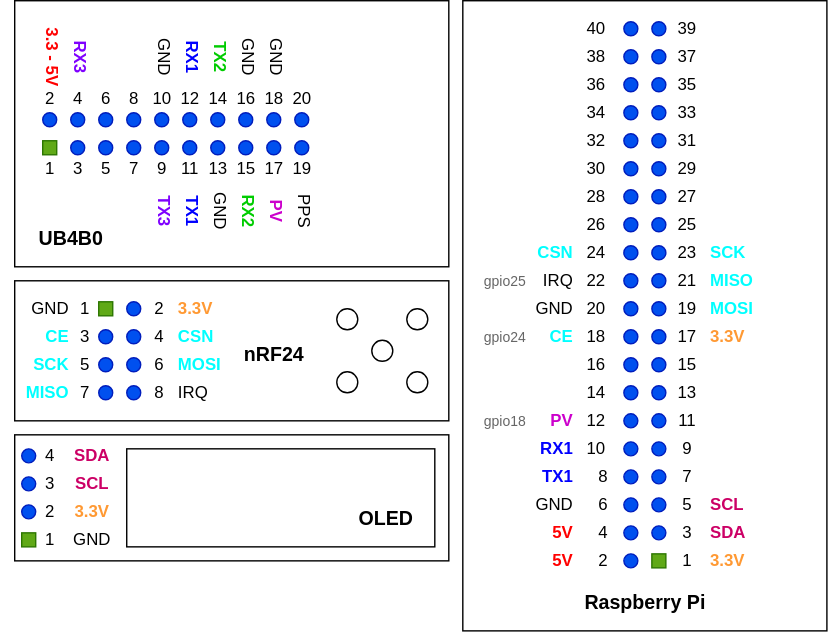
The draw.io diagram docs/base/base-wiring.drawio.svg in mfkiwl/lidar-mapping-poc, before a commit. Source tidied: cells renumbered, new cells last; positions are measured from the earlier drawing's top-left corner, leaving out a move shared by most shapes.
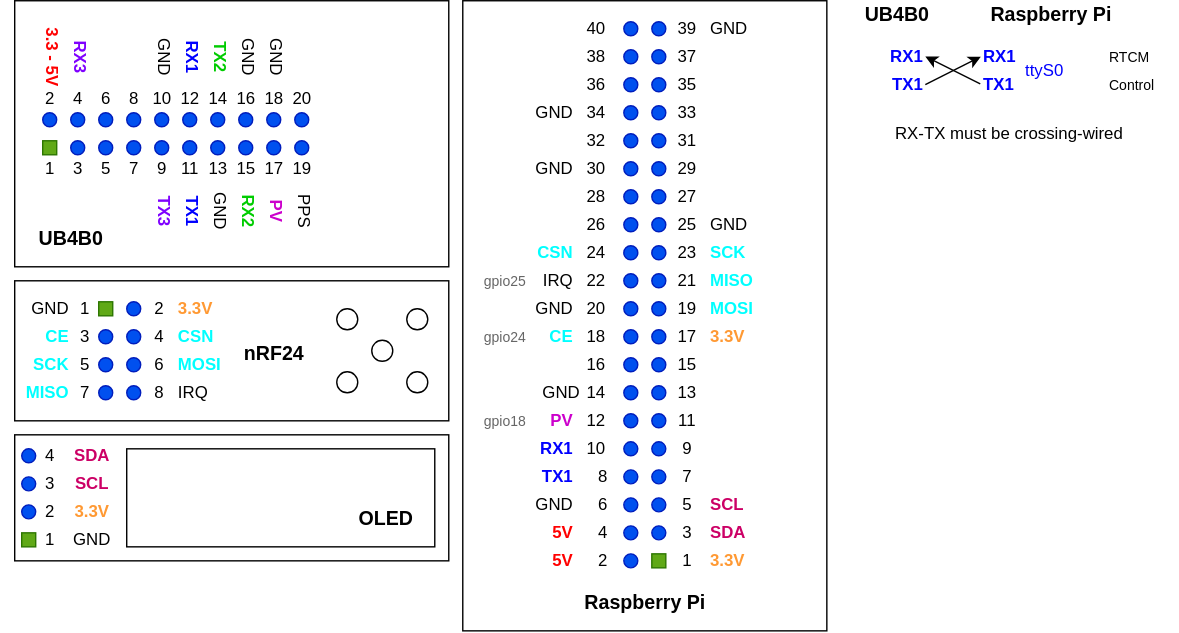
After the commit.

Diff of the diagram source:
```diff
@@ -617,5 +617,56 @@
     <mxCell id="206" value="GND" style="text;html=1;align=center;verticalAlign=middle;strokeColor=none;rotation=90;" parent="1" vertex="1">
       <mxGeometry x="177" y="30" width="40" height="20" as="geometry" />
     </mxCell>
+    <mxCell id="207" value="GND" style="text;html=1;align=right;verticalAlign=middle;strokeColor=none;" parent="1" vertex="1">
+      <mxGeometry x="375" y="270" width="40" height="20" as="geometry" />
+    </mxCell>
+    <mxCell id="208" value="GND" style="text;html=1;align=right;verticalAlign=middle;strokeColor=none;" parent="1" vertex="1">
+      <mxGeometry x="370" y="110" width="40" height="20" as="geometry" />
+    </mxCell>
+    <mxCell id="209" value="GND" style="text;html=1;align=right;verticalAlign=middle;strokeColor=none;" parent="1" vertex="1">
+      <mxGeometry x="370" y="70" width="40" height="20" as="geometry" />
+    </mxCell>
+    <mxCell id="210" value="GND" style="text;html=1;align=left;verticalAlign=middle;strokeColor=none;" parent="1" vertex="1">
+      <mxGeometry x="505" y="150" width="40" height="20" as="geometry" />
+    </mxCell>
+    <mxCell id="211" value="GND" style="text;html=1;align=left;verticalAlign=middle;strokeColor=none;" parent="1" vertex="1">
+      <mxGeometry x="505" y="10" width="40" height="20" as="geometry" />
+    </mxCell>
+    <mxCell id="212" value="RX-TX must be crossing-wired" style="text;html=1;align=center;verticalAlign=middle;strokeColor=none;" parent="1" vertex="1">
+      <mxGeometry x="630" y="85" width="180" height="20" as="geometry" />
+    </mxCell>
+    <mxCell id="213" value="RX1" style="text;html=1;align=right;verticalAlign=middle;points=[];strokeColor=none;fontColor=#0000FF;fontStyle=1;" parent="1" vertex="1">
+      <mxGeometry x="620" y="30" width="40" height="20" as="geometry" />
+    </mxCell>
+    <mxCell id="214" value="TX1" style="text;html=1;align=right;verticalAlign=middle;points=[];strokeColor=none;fontColor=#0000FF;fontStyle=1;" parent="1" vertex="1">
+      <mxGeometry x="620" y="50" width="40" height="20" as="geometry" />
+    </mxCell>
+    <mxCell id="215" value="RX1" style="text;html=1;align=left;verticalAlign=middle;points=[];strokeColor=none;fontColor=#0000FF;fontStyle=1;" parent="1" vertex="1">
+      <mxGeometry x="700" y="30" width="40" height="20" as="geometry" />
+    </mxCell>
+    <mxCell id="216" value="TX1" style="text;html=1;align=left;verticalAlign=middle;points=[];strokeColor=none;fontColor=#0000FF;fontStyle=1;" parent="1" vertex="1">
+      <mxGeometry x="700" y="50" width="40" height="20" as="geometry" />
+    </mxCell>
+    <mxCell id="217" value="ttyS0" style="text;html=1;align=left;verticalAlign=middle;strokeColor=none;fontColor=#0000FF;fontStyle=0;" parent="1" vertex="1">
+      <mxGeometry x="730" y="40" width="40" height="20" as="geometry" />
+    </mxCell>
+    <mxCell id="218" style="endArrow=none;html=1;fontColor=#CC00CC;entryX=-0.011;entryY=0.471;entryDx=0;entryDy=0;entryPerimeter=0;startArrow=classic;startFill=1;exitX=1.008;exitY=0.488;exitDx=0;exitDy=0;exitPerimeter=0;" parent="1" edge="1" source="213" target="216">
+      <mxGeometry relative="1" as="geometry" />
+    </mxCell>
+    <mxCell id="219" style="endArrow=classic;html=1;fontColor=#CC00CC;exitX=1.008;exitY=0.494;exitDx=0;exitDy=0;exitPerimeter=0;entryX=0;entryY=0.499;entryDx=0;entryDy=0;entryPerimeter=0;endFill=1;" parent="1" edge="1" source="214" target="215">
+      <mxGeometry relative="1" as="geometry" />
+    </mxCell>
+    <mxCell id="220" value="RTCM" style="text;html=1;align=left;verticalAlign=middle;strokeColor=none;fontSize=10;" parent="1" vertex="1">
+      <mxGeometry x="790" y="30" width="40" height="20" as="geometry" />
+    </mxCell>
+    <mxCell id="221" value="UB4B0" style="text;html=1;align=center;verticalAlign=middle;strokeColor=none;fontStyle=1;fontSize=14;" parent="1" vertex="1">
+      <mxGeometry x="610" width="60" height="20" as="geometry" />
+    </mxCell>
+    <mxCell id="222" value="Raspberry Pi" style="text;html=1;align=center;verticalAlign=middle;strokeColor=none;fontSize=14;fontStyle=1;rotation=0;" parent="1" vertex="1">
+      <mxGeometry x="700" width="100" height="20" as="geometry" />
+    </mxCell>
+    <mxCell id="223" value="Control" style="text;html=1;align=left;verticalAlign=middle;strokeColor=none;fontSize=10;" parent="1" vertex="1">
+      <mxGeometry x="790" y="50" width="50" height="20" as="geometry" />
+    </mxCell>
   </root>
 </mxGraphModel>
```
